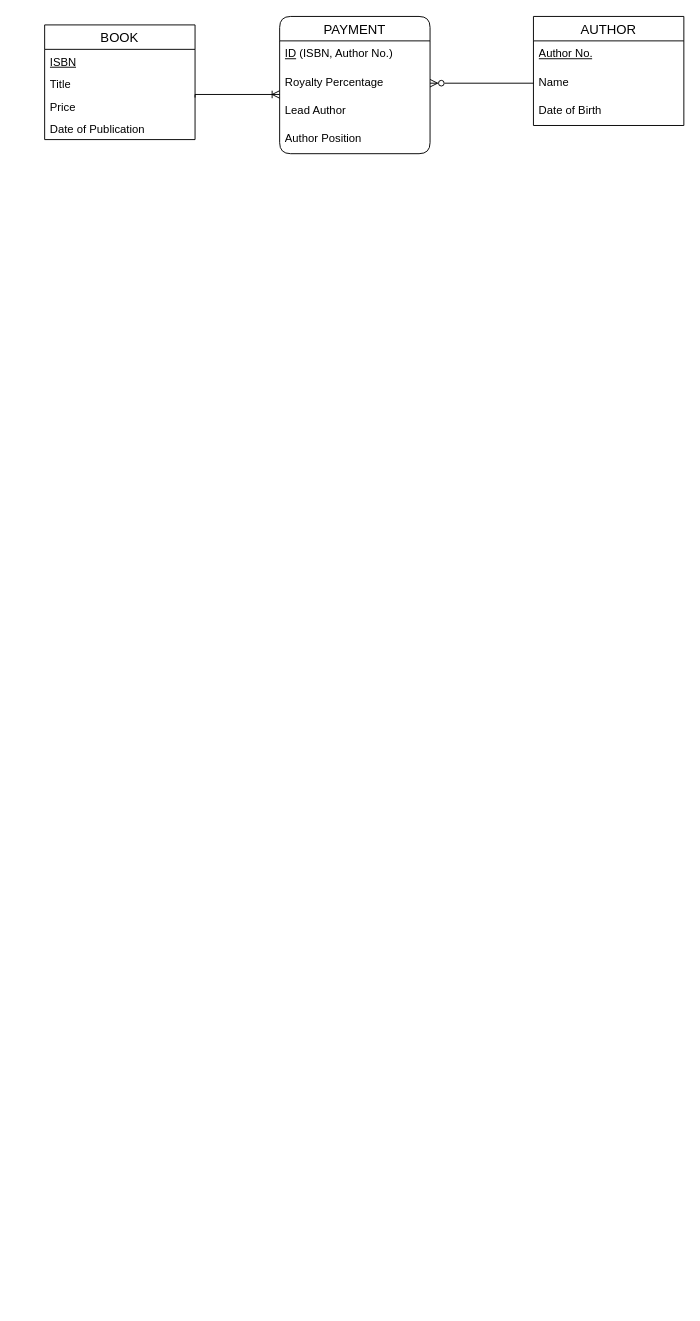
Earlier version of the draw.io diagram C2 ERD.drawio (SamanZargarzadeh/ERD). Source tidied: cells renumbered, new cells numbered last; positions are measured from the earlier drawing's top-left corner, leaving out a move shared by most shapes. Both pictures are drawn from the tidied source at 94%, with x=0, y=0 at pixel (44, 16).
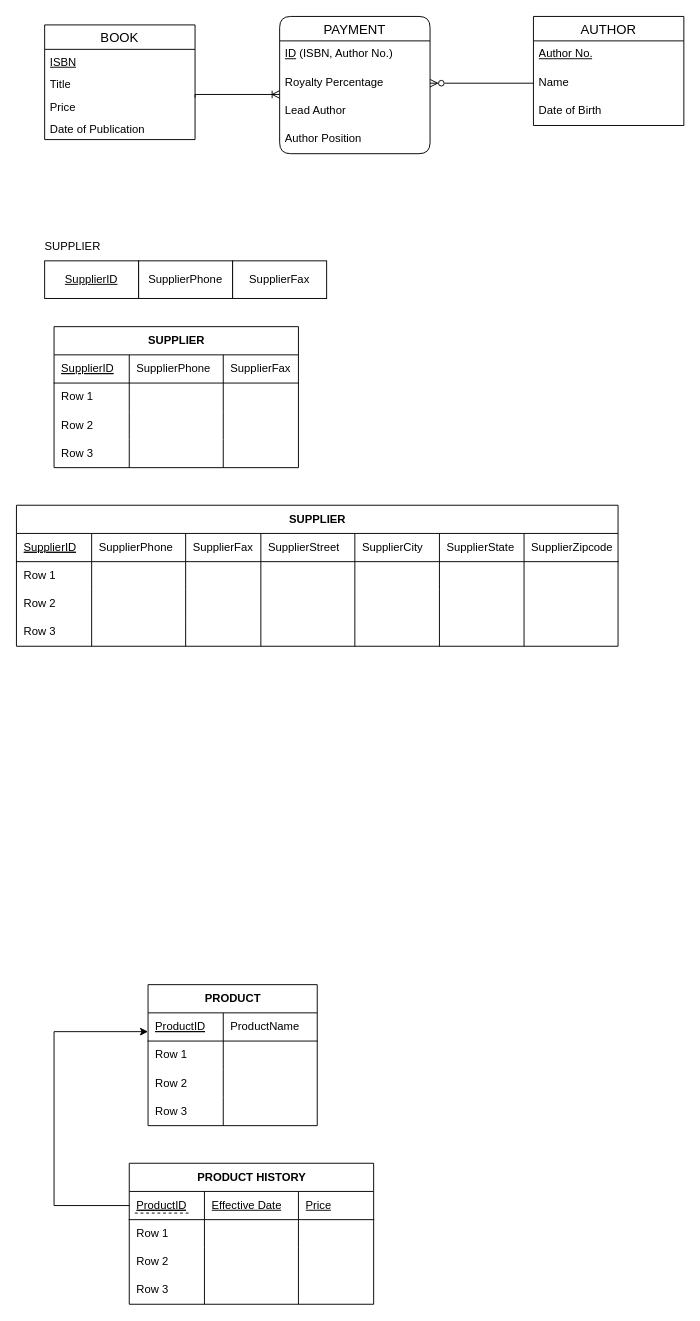
The same page after the edit.

What changed in the source:
```diff
@@
+    <mxCell id="18" value="&lt;u&gt;SupplierID&lt;/u&gt;" style="whiteSpace=wrap;html=1;align=center;" parent="1" vertex="1">
+      <mxGeometry y="260" width="100" height="40" as="geometry" />
+    </mxCell>
+    <mxCell id="19" value="SupplierPhone" style="whiteSpace=wrap;html=1;align=center;" parent="1" vertex="1">
+      <mxGeometry x="100" y="260" width="100" height="40" as="geometry" />
+    </mxCell>
+    <mxCell id="20" value="SupplierFax" style="whiteSpace=wrap;html=1;align=center;" parent="1" vertex="1">
+      <mxGeometry x="200" y="260" width="100" height="40" as="geometry" />
+    </mxCell>
+    <mxCell id="21" value="SUPPLIER" style="text;html=1;strokeColor=none;fillColor=none;align=center;verticalAlign=middle;whiteSpace=wrap;rounded=0;" parent="1" vertex="1">
+      <mxGeometry y="230" width="60" height="30" as="geometry" />
+    </mxCell>
+    <mxCell id="22" value="PRODUCT" style="shape=table;startSize=30;childLayout=tableLayout;rowLines=0;fontStyle=1;align=center;html=1;" parent="1" vertex="1">
+      <mxGeometry x="110" y="1030" width="180" height="150" as="geometry" />
+    </mxCell>
+    <mxCell id="23" style="shape=tableRow;horizontal=0;startSize=0;swimlaneHead=0;swimlaneBody=0;fillColor=none;top=0;left=0;right=0;bottom=1;" parent="22" vertex="1">
+      <mxGeometry y="30" width="180" height="30" as="geometry" />
+    </mxCell>
+    <mxCell id="24" value="&lt;u style=&quot;border-color: var(--border-color); font-weight: 400; text-align: center;&quot;&gt;ProductID&lt;/u&gt;" style="shape=partialRectangle;fillColor=none;top=0;left=0;bottom=0;right=0;align=left;spacingLeft=6;fontStyle=5;overflow=hidden;whiteSpace=wrap;html=1;" parent="23" vertex="1">
+      <mxGeometry width="80" height="30" as="geometry" />
+    </mxCell>
+    <mxCell id="25" value="&lt;span style=&quot;&quot;&gt;ProductName&lt;/span&gt;" style="shape=partialRectangle;fillColor=none;top=0;left=0;bottom=0;right=0;align=left;spacingLeft=6;fontStyle=0;overflow=hidden;whiteSpace=wrap;html=1;" parent="23" vertex="1">
+      <mxGeometry x="80" width="100" height="30" as="geometry" />
+    </mxCell>
+    <mxCell id="26" style="shape=tableRow;horizontal=0;startSize=0;swimlaneHead=0;swimlaneBody=0;fillColor=none;top=0;left=0;right=0;bottom=0;" parent="22" vertex="1">
+      <mxGeometry y="60" width="180" height="30" as="geometry" />
+    </mxCell>
+    <mxCell id="27" value="Row 1" style="shape=partialRectangle;fillColor=none;top=0;left=0;bottom=0;right=0;align=left;spacingLeft=6;overflow=hidden;whiteSpace=wrap;html=1;" parent="26" vertex="1">
+      <mxGeometry width="80" height="30" as="geometry" />
+    </mxCell>
+    <mxCell id="28" style="shape=partialRectangle;fillColor=none;top=0;left=0;bottom=0;right=0;align=left;spacingLeft=6;overflow=hidden;whiteSpace=wrap;html=1;" parent="26" vertex="1">
+      <mxGeometry x="80" width="100" height="30" as="geometry" />
+    </mxCell>
+    <mxCell id="29" style="shape=tableRow;horizontal=0;startSize=0;swimlaneHead=0;swimlaneBody=0;fillColor=none;top=0;left=0;right=0;bottom=0;" parent="22" vertex="1">
+      <mxGeometry y="90" width="180" height="30" as="geometry" />
+    </mxCell>
+    <mxCell id="30" value="Row 2" style="shape=partialRectangle;fillColor=none;top=0;left=0;bottom=0;right=0;align=left;spacingLeft=6;overflow=hidden;whiteSpace=wrap;html=1;" parent="29" vertex="1">
+      <mxGeometry width="80" height="30" as="geometry" />
+    </mxCell>
+    <mxCell id="31" style="shape=partialRectangle;fillColor=none;top=0;left=0;bottom=0;right=0;align=left;spacingLeft=6;overflow=hidden;whiteSpace=wrap;html=1;" parent="29" vertex="1">
+      <mxGeometry x="80" width="100" height="30" as="geometry" />
+    </mxCell>
+    <mxCell id="32" style="shape=tableRow;horizontal=0;startSize=0;swimlaneHead=0;swimlaneBody=0;fillColor=none;top=0;left=0;right=0;bottom=0;" parent="22" vertex="1">
+      <mxGeometry y="120" width="180" height="30" as="geometry" />
+    </mxCell>
+    <mxCell id="33" value="Row 3" style="shape=partialRectangle;fillColor=none;top=0;left=0;bottom=0;right=0;align=left;spacingLeft=6;overflow=hidden;whiteSpace=wrap;html=1;" parent="32" vertex="1">
+      <mxGeometry width="80" height="30" as="geometry" />
+    </mxCell>
+    <mxCell id="34" style="shape=partialRectangle;fillColor=none;top=0;left=0;bottom=0;right=0;align=left;spacingLeft=6;overflow=hidden;whiteSpace=wrap;html=1;" parent="32" vertex="1">
+      <mxGeometry x="80" width="100" height="30" as="geometry" />
+    </mxCell>
+    <mxCell id="35" value="SUPPLIER" style="shape=table;startSize=30;childLayout=tableLayout;rowLines=0;fontStyle=1;align=center;html=1;" parent="1" vertex="1">
+      <mxGeometry x="-30" y="520" width="640" height="150" as="geometry" />
+    </mxCell>
+    <mxCell id="36" style="shape=tableRow;horizontal=0;startSize=0;swimlaneHead=0;swimlaneBody=0;fillColor=none;top=0;left=0;right=0;bottom=1;" parent="35" vertex="1">
+      <mxGeometry y="30" width="640" height="30" as="geometry" />
+    </mxCell>
+    <mxCell id="37" value="&lt;u style=&quot;border-color: var(--border-color); font-weight: 400; text-align: center;&quot;&gt;SupplierID&lt;/u&gt;" style="shape=partialRectangle;fillColor=none;top=0;left=0;bottom=0;right=0;align=left;spacingLeft=6;fontStyle=5;overflow=hidden;whiteSpace=wrap;html=1;" parent="36" vertex="1">
+      <mxGeometry width="80" height="30" as="geometry" />
+    </mxCell>
+    <mxCell id="38" value="&lt;span style=&quot;&quot;&gt;SupplierPhone&lt;/span&gt;" style="shape=partialRectangle;fillColor=none;top=0;left=0;bottom=0;right=0;align=left;spacingLeft=6;fontStyle=0;overflow=hidden;whiteSpace=wrap;html=1;" parent="36" vertex="1">
+      <mxGeometry x="80" width="100" height="30" as="geometry" />
+    </mxCell>
+    <mxCell id="39" value="SupplierFax" style="shape=partialRectangle;fillColor=none;top=0;left=0;bottom=0;right=0;align=left;spacingLeft=6;fontStyle=0;overflow=hidden;whiteSpace=wrap;html=1;" parent="36" vertex="1">
+      <mxGeometry x="180" width="80" height="30" as="geometry" />
+    </mxCell>
+    <mxCell id="40" value="SupplierStreet" style="shape=partialRectangle;fillColor=none;top=0;left=0;bottom=0;right=0;align=left;spacingLeft=6;fontStyle=0;overflow=hidden;whiteSpace=wrap;html=1;" parent="36" vertex="1">
+      <mxGeometry x="260" width="100" height="30" as="geometry" />
+    </mxCell>
+    <mxCell id="41" value="SupplierCity" style="shape=partialRectangle;fillColor=none;top=0;left=0;bottom=0;right=0;align=left;spacingLeft=6;fontStyle=0;overflow=hidden;whiteSpace=wrap;html=1;" parent="36" vertex="1">
+      <mxGeometry x="360" width="90" height="30" as="geometry" />
+    </mxCell>
+    <mxCell id="42" value="SupplierState" style="shape=partialRectangle;fillColor=none;top=0;left=0;bottom=0;right=0;align=left;spacingLeft=6;fontStyle=0;overflow=hidden;whiteSpace=wrap;html=1;" parent="36" vertex="1">
+      <mxGeometry x="450" width="90" height="30" as="geometry" />
+    </mxCell>
+    <mxCell id="43" value="SupplierZipcode" style="shape=partialRectangle;fillColor=none;top=0;left=0;bottom=0;right=0;align=left;spacingLeft=6;fontStyle=0;overflow=hidden;whiteSpace=wrap;html=1;" parent="36" vertex="1">
+      <mxGeometry x="540" width="100" height="30" as="geometry" />
+    </mxCell>
+    <mxCell id="44" style="shape=tableRow;horizontal=0;startSize=0;swimlaneHead=0;swimlaneBody=0;fillColor=none;top=0;left=0;right=0;bottom=0;" parent="35" vertex="1">
+      <mxGeometry y="60" width="640" height="30" as="geometry" />
+    </mxCell>
+    <mxCell id="45" value="Row 1" style="shape=partialRectangle;fillColor=none;top=0;left=0;bottom=0;right=0;align=left;spacingLeft=6;overflow=hidden;whiteSpace=wrap;html=1;" parent="44" vertex="1">
+      <mxGeometry width="80" height="30" as="geometry" />
+    </mxCell>
+    <mxCell id="46" style="shape=partialRectangle;fillColor=none;top=0;left=0;bottom=0;right=0;align=left;spacingLeft=6;overflow=hidden;whiteSpace=wrap;html=1;" parent="44" vertex="1">
+      <mxGeometry x="80" width="100" height="30" as="geometry" />
+    </mxCell>
+    <mxCell id="47" style="shape=partialRectangle;fillColor=none;top=0;left=0;bottom=0;right=0;align=left;spacingLeft=6;overflow=hidden;whiteSpace=wrap;html=1;" parent="44" vertex="1">
+      <mxGeometry x="180" width="80" height="30" as="geometry" />
+    </mxCell>
+    <mxCell id="48" style="shape=partialRectangle;fillColor=none;top=0;left=0;bottom=0;right=0;align=left;spacingLeft=6;overflow=hidden;whiteSpace=wrap;html=1;" parent="44" vertex="1">
+      <mxGeometry x="260" width="100" height="30" as="geometry" />
+    </mxCell>
+    <mxCell id="49" style="shape=partialRectangle;fillColor=none;top=0;left=0;bottom=0;right=0;align=left;spacingLeft=6;overflow=hidden;whiteSpace=wrap;html=1;" parent="44" vertex="1">
+      <mxGeometry x="360" width="90" height="30" as="geometry" />
+    </mxCell>
+    <mxCell id="50" style="shape=partialRectangle;fillColor=none;top=0;left=0;bottom=0;right=0;align=left;spacingLeft=6;overflow=hidden;whiteSpace=wrap;html=1;" parent="44" vertex="1">
+      <mxGeometry x="450" width="90" height="30" as="geometry" />
+    </mxCell>
+    <mxCell id="51" style="shape=partialRectangle;fillColor=none;top=0;left=0;bottom=0;right=0;align=left;spacingLeft=6;overflow=hidden;whiteSpace=wrap;html=1;" parent="44" vertex="1">
+      <mxGeometry x="540" width="100" height="30" as="geometry" />
+    </mxCell>
+    <mxCell id="52" style="shape=tableRow;horizontal=0;startSize=0;swimlaneHead=0;swimlaneBody=0;fillColor=none;top=0;left=0;right=0;bottom=0;" parent="35" vertex="1">
+      <mxGeometry y="90" width="640" height="30" as="geometry" />
+    </mxCell>
+    <mxCell id="53" value="Row 2" style="shape=partialRectangle;fillColor=none;top=0;left=0;bottom=0;right=0;align=left;spacingLeft=6;overflow=hidden;whiteSpace=wrap;html=1;" parent="52" vertex="1">
+      <mxGeometry width="80" height="30" as="geometry" />
+    </mxCell>
+    <mxCell id="54" style="shape=partialRectangle;fillColor=none;top=0;left=0;bottom=0;right=0;align=left;spacingLeft=6;overflow=hidden;whiteSpace=wrap;html=1;" parent="52" vertex="1">
+      <mxGeometry x="80" width="100" height="30" as="geometry" />
+    </mxCell>
+    <mxCell id="55" style="shape=partialRectangle;fillColor=none;top=0;left=0;bottom=0;right=0;align=left;spacingLeft=6;overflow=hidden;whiteSpace=wrap;html=1;" parent="52" vertex="1">
+      <mxGeometry x="180" width="80" height="30" as="geometry" />
+    </mxCell>
+    <mxCell id="56" style="shape=partialRectangle;fillColor=none;top=0;left=0;bottom=0;right=0;align=left;spacingLeft=6;overflow=hidden;whiteSpace=wrap;html=1;" parent="52" vertex="1">
+      <mxGeometry x="260" width="100" height="30" as="geometry" />
+    </mxCell>
+    <mxCell id="57" style="shape=partialRectangle;fillColor=none;top=0;left=0;bottom=0;right=0;align=left;spacingLeft=6;overflow=hidden;whiteSpace=wrap;html=1;" parent="52" vertex="1">
+      <mxGeometry x="360" width="90" height="30" as="geometry" />
+    </mxCell>
+    <mxCell id="58" style="shape=partialRectangle;fillColor=none;top=0;left=0;bottom=0;right=0;align=left;spacingLeft=6;overflow=hidden;whiteSpace=wrap;html=1;" parent="52" vertex="1">
+      <mxGeometry x="450" width="90" height="30" as="geometry" />
+    </mxCell>
+    <mxCell id="59" style="shape=partialRectangle;fillColor=none;top=0;left=0;bottom=0;right=0;align=left;spacingLeft=6;overflow=hidden;whiteSpace=wrap;html=1;" parent="52" vertex="1">
+      <mxGeometry x="540" width="100" height="30" as="geometry" />
+    </mxCell>
+    <mxCell id="60" style="shape=tableRow;horizontal=0;startSize=0;swimlaneHead=0;swimlaneBody=0;fillColor=none;top=0;left=0;right=0;bottom=0;" parent="35" vertex="1">
+      <mxGeometry y="120" width="640" height="30" as="geometry" />
+    </mxCell>
+    <mxCell id="61" value="Row 3" style="shape=partialRectangle;fillColor=none;top=0;left=0;bottom=0;right=0;align=left;spacingLeft=6;overflow=hidden;whiteSpace=wrap;html=1;" parent="60" vertex="1">
+      <mxGeometry width="80" height="30" as="geometry" />
+    </mxCell>
+    <mxCell id="62" style="shape=partialRectangle;fillColor=none;top=0;left=0;bottom=0;right=0;align=left;spacingLeft=6;overflow=hidden;whiteSpace=wrap;html=1;" parent="60" vertex="1">
+      <mxGeometry x="80" width="100" height="30" as="geometry" />
+    </mxCell>
+    <mxCell id="63" style="shape=partialRectangle;fillColor=none;top=0;left=0;bottom=0;right=0;align=left;spacingLeft=6;overflow=hidden;whiteSpace=wrap;html=1;" parent="60" vertex="1">
+      <mxGeometry x="180" width="80" height="30" as="geometry" />
+    </mxCell>
+    <mxCell id="64" style="shape=partialRectangle;fillColor=none;top=0;left=0;bottom=0;right=0;align=left;spacingLeft=6;overflow=hidden;whiteSpace=wrap;html=1;" parent="60" vertex="1">
+      <mxGeometry x="260" width="100" height="30" as="geometry" />
+    </mxCell>
+    <mxCell id="65" style="shape=partialRectangle;fillColor=none;top=0;left=0;bottom=0;right=0;align=left;spacingLeft=6;overflow=hidden;whiteSpace=wrap;html=1;" parent="60" vertex="1">
+      <mxGeometry x="360" width="90" height="30" as="geometry" />
+    </mxCell>
+    <mxCell id="66" style="shape=partialRectangle;fillColor=none;top=0;left=0;bottom=0;right=0;align=left;spacingLeft=6;overflow=hidden;whiteSpace=wrap;html=1;" parent="60" vertex="1">
+      <mxGeometry x="450" width="90" height="30" as="geometry" />
+    </mxCell>
+    <mxCell id="67" style="shape=partialRectangle;fillColor=none;top=0;left=0;bottom=0;right=0;align=left;spacingLeft=6;overflow=hidden;whiteSpace=wrap;html=1;" parent="60" vertex="1">
+      <mxGeometry x="540" width="100" height="30" as="geometry" />
+    </mxCell>
+    <mxCell id="68" value="SUPPLIER" style="shape=table;startSize=30;childLayout=tableLayout;rowLines=0;fontStyle=1;align=center;html=1;" parent="1" vertex="1">
+      <mxGeometry x="10" y="330" width="260" height="150" as="geometry" />
+    </mxCell>
+    <mxCell id="69" style="shape=tableRow;horizontal=0;startSize=0;swimlaneHead=0;swimlaneBody=0;fillColor=none;top=0;left=0;right=0;bottom=1;" parent="68" vertex="1">
+      <mxGeometry y="30" width="260" height="30" as="geometry" />
+    </mxCell>
+    <mxCell id="70" value="&lt;u style=&quot;border-color: var(--border-color); font-weight: 400; text-align: center;&quot;&gt;SupplierID&lt;/u&gt;" style="shape=partialRectangle;fillColor=none;top=0;left=0;bottom=0;right=0;align=left;spacingLeft=6;fontStyle=5;overflow=hidden;whiteSpace=wrap;html=1;" parent="69" vertex="1">
+      <mxGeometry width="80" height="30" as="geometry" />
+    </mxCell>
+    <mxCell id="71" value="&lt;span style=&quot;&quot;&gt;SupplierPhone&lt;/span&gt;" style="shape=partialRectangle;fillColor=none;top=0;left=0;bottom=0;right=0;align=left;spacingLeft=6;fontStyle=0;overflow=hidden;whiteSpace=wrap;html=1;" parent="69" vertex="1">
+      <mxGeometry x="80" width="100" height="30" as="geometry" />
+    </mxCell>
+    <mxCell id="72" value="SupplierFax" style="shape=partialRectangle;fillColor=none;top=0;left=0;bottom=0;right=0;align=left;spacingLeft=6;fontStyle=0;overflow=hidden;whiteSpace=wrap;html=1;" parent="69" vertex="1">
+      <mxGeometry x="180" width="80" height="30" as="geometry" />
+    </mxCell>
+    <mxCell id="73" style="shape=tableRow;horizontal=0;startSize=0;swimlaneHead=0;swimlaneBody=0;fillColor=none;top=0;left=0;right=0;bottom=0;" parent="68" vertex="1">
+      <mxGeometry y="60" width="260" height="30" as="geometry" />
+    </mxCell>
+    <mxCell id="74" value="Row 1" style="shape=partialRectangle;fillColor=none;top=0;left=0;bottom=0;right=0;align=left;spacingLeft=6;overflow=hidden;whiteSpace=wrap;html=1;" parent="73" vertex="1">
+      <mxGeometry width="80" height="30" as="geometry" />
+    </mxCell>
+    <mxCell id="75" style="shape=partialRectangle;fillColor=none;top=0;left=0;bottom=0;right=0;align=left;spacingLeft=6;overflow=hidden;whiteSpace=wrap;html=1;" parent="73" vertex="1">
+      <mxGeometry x="80" width="100" height="30" as="geometry" />
+    </mxCell>
+    <mxCell id="76" style="shape=partialRectangle;fillColor=none;top=0;left=0;bottom=0;right=0;align=left;spacingLeft=6;overflow=hidden;whiteSpace=wrap;html=1;" parent="73" vertex="1">
+      <mxGeometry x="180" width="80" height="30" as="geometry" />
+    </mxCell>
+    <mxCell id="77" style="shape=tableRow;horizontal=0;startSize=0;swimlaneHead=0;swimlaneBody=0;fillColor=none;top=0;left=0;right=0;bottom=0;" parent="68" vertex="1">
+      <mxGeometry y="90" width="260" height="30" as="geometry" />
+    </mxCell>
+    <mxCell id="78" value="Row 2" style="shape=partialRectangle;fillColor=none;top=0;left=0;bottom=0;right=0;align=left;spacingLeft=6;overflow=hidden;whiteSpace=wrap;html=1;" parent="77" vertex="1">
+      <mxGeometry width="80" height="30" as="geometry" />
+    </mxCell>
+    <mxCell id="79" style="shape=partialRectangle;fillColor=none;top=0;left=0;bottom=0;right=0;align=left;spacingLeft=6;overflow=hidden;whiteSpace=wrap;html=1;" parent="77" vertex="1">
+      <mxGeometry x="80" width="100" height="30" as="geometry" />
+    </mxCell>
+    <mxCell id="80" style="shape=partialRectangle;fillColor=none;top=0;left=0;bottom=0;right=0;align=left;spacingLeft=6;overflow=hidden;whiteSpace=wrap;html=1;" parent="77" vertex="1">
+      <mxGeometry x="180" width="80" height="30" as="geometry" />
+    </mxCell>
+    <mxCell id="81" style="shape=tableRow;horizontal=0;startSize=0;swimlaneHead=0;swimlaneBody=0;fillColor=none;top=0;left=0;right=0;bottom=0;" parent="68" vertex="1">
+      <mxGeometry y="120" width="260" height="30" as="geometry" />
+    </mxCell>
+    <mxCell id="82" value="Row 3" style="shape=partialRectangle;fillColor=none;top=0;left=0;bottom=0;right=0;align=left;spacingLeft=6;overflow=hidden;whiteSpace=wrap;html=1;" parent="81" vertex="1">
+      <mxGeometry width="80" height="30" as="geometry" />
+    </mxCell>
+    <mxCell id="83" style="shape=partialRectangle;fillColor=none;top=0;left=0;bottom=0;right=0;align=left;spacingLeft=6;overflow=hidden;whiteSpace=wrap;html=1;" parent="81" vertex="1">
+      <mxGeometry x="80" width="100" height="30" as="geometry" />
+    </mxCell>
+    <mxCell id="84" style="shape=partialRectangle;fillColor=none;top=0;left=0;bottom=0;right=0;align=left;spacingLeft=6;overflow=hidden;whiteSpace=wrap;html=1;" parent="81" vertex="1">
+      <mxGeometry x="180" width="80" height="30" as="geometry" />
+    </mxCell>
+    <mxCell id="85" value="PRODUCT HISTORY" style="shape=table;startSize=30;childLayout=tableLayout;rowLines=0;fontStyle=1;align=center;html=1;" parent="1" vertex="1">
+      <mxGeometry x="90" y="1220" width="260" height="150" as="geometry" />
+    </mxCell>
+    <mxCell id="86" style="shape=tableRow;horizontal=0;startSize=0;swimlaneHead=0;swimlaneBody=0;fillColor=none;points=[[0,0.5],[1,0.5]];portConstraint=eastwest;top=0;left=0;right=0;bottom=1;" parent="85" vertex="1">
+      <mxGeometry y="30" width="260" height="30" as="geometry" />
+    </mxCell>
+    <mxCell id="87" value="&lt;u style=&quot;border-color: var(--border-color); font-weight: 400; text-align: center;&quot;&gt;ProductID&lt;/u&gt;" style="shape=partialRectangle;fillColor=none;top=0;left=0;bottom=0;right=0;align=left;spacingLeft=6;fontStyle=5;overflow=hidden;whiteSpace=wrap;html=1;" parent="86" vertex="1">
+      <mxGeometry width="80" height="30" as="geometry" />
+    </mxCell>
+    <mxCell id="88" value="&lt;span style=&quot;&quot;&gt;&lt;u&gt;Effective Date&lt;/u&gt;&lt;/span&gt;" style="shape=partialRectangle;fillColor=none;top=0;left=0;bottom=0;right=0;align=left;spacingLeft=6;fontStyle=0;overflow=hidden;whiteSpace=wrap;html=1;" parent="86" vertex="1">
+      <mxGeometry x="80" width="100" height="30" as="geometry" />
+    </mxCell>
+    <mxCell id="89" value="&lt;u&gt;Price&lt;/u&gt;" style="shape=partialRectangle;fillColor=none;top=0;left=0;bottom=0;right=0;align=left;spacingLeft=6;fontStyle=0;overflow=hidden;whiteSpace=wrap;html=1;" parent="86" vertex="1">
+      <mxGeometry x="180" width="80" height="30" as="geometry" />
+    </mxCell>
+    <mxCell id="90" style="shape=tableRow;horizontal=0;startSize=0;swimlaneHead=0;swimlaneBody=0;fillColor=none;top=0;left=0;right=0;bottom=0;" parent="85" vertex="1">
+      <mxGeometry y="60" width="260" height="30" as="geometry" />
+    </mxCell>
+    <mxCell id="91" value="Row 1" style="shape=partialRectangle;fillColor=none;top=0;left=0;bottom=0;right=0;align=left;spacingLeft=6;overflow=hidden;whiteSpace=wrap;html=1;" parent="90" vertex="1">
+      <mxGeometry width="80" height="30" as="geometry" />
+    </mxCell>
+    <mxCell id="92" style="shape=partialRectangle;fillColor=none;top=0;left=0;bottom=0;right=0;align=left;spacingLeft=6;overflow=hidden;whiteSpace=wrap;html=1;" parent="90" vertex="1">
+      <mxGeometry x="80" width="100" height="30" as="geometry" />
+    </mxCell>
+    <mxCell id="93" style="shape=partialRectangle;fillColor=none;top=0;left=0;bottom=0;right=0;align=left;spacingLeft=6;overflow=hidden;whiteSpace=wrap;html=1;" parent="90" vertex="1">
+      <mxGeometry x="180" width="80" height="30" as="geometry" />
+    </mxCell>
+    <mxCell id="94" style="shape=tableRow;horizontal=0;startSize=0;swimlaneHead=0;swimlaneBody=0;fillColor=none;top=0;left=0;right=0;bottom=0;" parent="85" vertex="1">
+      <mxGeometry y="90" width="260" height="30" as="geometry" />
+    </mxCell>
+    <mxCell id="95" value="Row 2" style="shape=partialRectangle;fillColor=none;top=0;left=0;bottom=0;right=0;align=left;spacingLeft=6;overflow=hidden;whiteSpace=wrap;html=1;" parent="94" vertex="1">
+      <mxGeometry width="80" height="30" as="geometry" />
+    </mxCell>
+    <mxCell id="96" style="shape=partialRectangle;fillColor=none;top=0;left=0;bottom=0;right=0;align=left;spacingLeft=6;overflow=hidden;whiteSpace=wrap;html=1;" parent="94" vertex="1">
+      <mxGeometry x="80" width="100" height="30" as="geometry" />
+    </mxCell>
+    <mxCell id="97" style="shape=partialRectangle;fillColor=none;top=0;left=0;bottom=0;right=0;align=left;spacingLeft=6;overflow=hidden;whiteSpace=wrap;html=1;" parent="94" vertex="1">
+      <mxGeometry x="180" width="80" height="30" as="geometry" />
+    </mxCell>
+    <mxCell id="98" style="shape=tableRow;horizontal=0;startSize=0;swimlaneHead=0;swimlaneBody=0;fillColor=none;top=0;left=0;right=0;bottom=0;" parent="85" vertex="1">
+      <mxGeometry y="120" width="260" height="30" as="geometry" />
+    </mxCell>
+    <mxCell id="99" value="Row 3" style="shape=partialRectangle;fillColor=none;top=0;left=0;bottom=0;right=0;align=left;spacingLeft=6;overflow=hidden;whiteSpace=wrap;html=1;" parent="98" vertex="1">
+      <mxGeometry width="80" height="30" as="geometry" />
+    </mxCell>
+    <mxCell id="100" style="shape=partialRectangle;fillColor=none;top=0;left=0;bottom=0;right=0;align=left;spacingLeft=6;overflow=hidden;whiteSpace=wrap;html=1;" parent="98" vertex="1">
+      <mxGeometry x="80" width="100" height="30" as="geometry" />
+    </mxCell>
+    <mxCell id="101" style="shape=partialRectangle;fillColor=none;top=0;left=0;bottom=0;right=0;align=left;spacingLeft=6;overflow=hidden;whiteSpace=wrap;html=1;" parent="98" vertex="1">
+      <mxGeometry x="180" width="80" height="30" as="geometry" />
+    </mxCell>
+    <mxCell id="102" style="endArrow=none;dashed=1;html=1;rounded=0;jumpSize=5;" parent="1" edge="1">
+      <mxGeometry relative="1" as="geometry">
+        <mxPoint x="153" y="1273" as="sourcePoint" />
+        <mxPoint x="96" y="1273" as="targetPoint" />
+      </mxGeometry>
+    </mxCell>
+    <mxCell id="103" style="edgeStyle=orthogonalEdgeStyle;rounded=0;jettySize=auto;html=1;startArrow=classic;startFill=1;endArrow=none;endFill=0;entryX=0;entryY=0.5;entryDx=0;entryDy=0;" parent="1" edge="1" target="86">
+      <mxGeometry relative="1" as="geometry">
+        <mxPoint x="110" y="1080" as="sourcePoint" />
+        <Array as="points">
+          <mxPoint x="110" y="1080" />
+          <mxPoint x="10" y="1080" />
+          <mxPoint x="10" y="1265" />
+        </Array>
+      </mxGeometry>
+    </mxCell>
```
